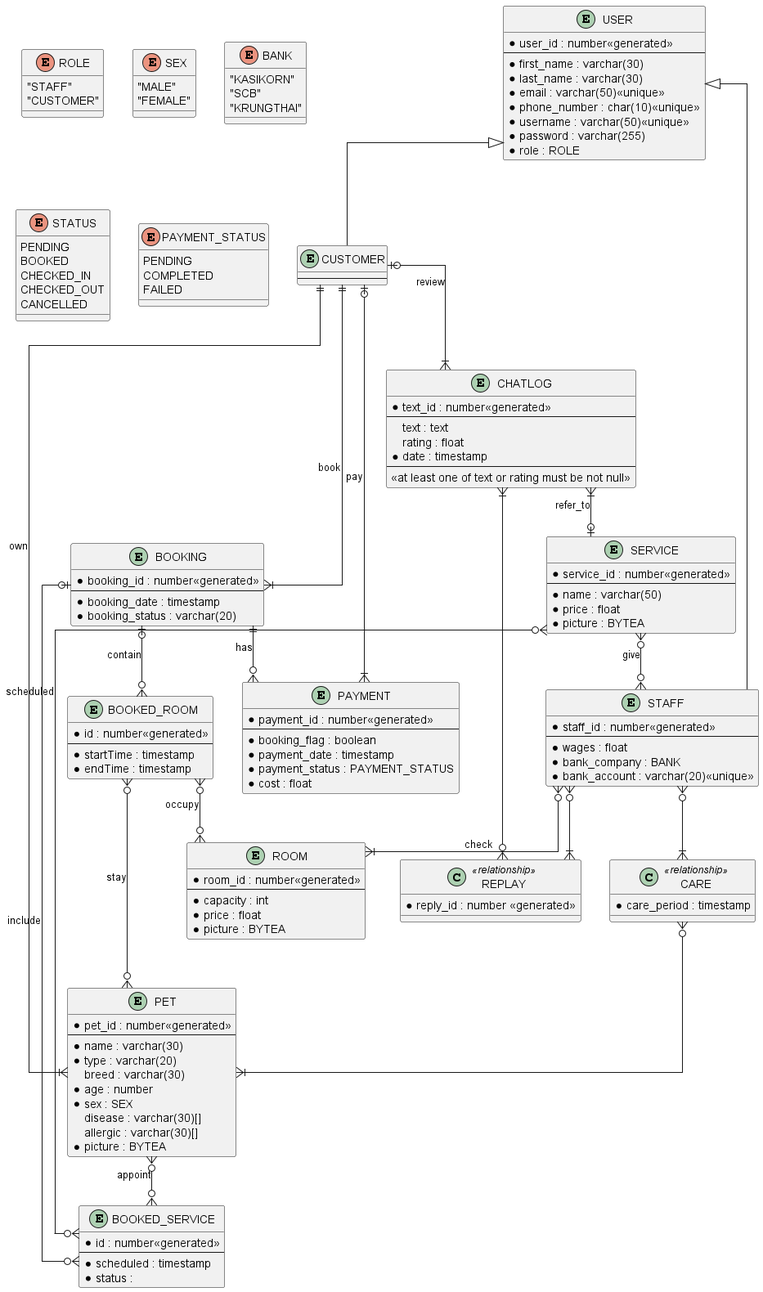
Before: out/uml/uml.png, a diagram exported from PlantUML (Pawradise-Inn/pawradise-inn).
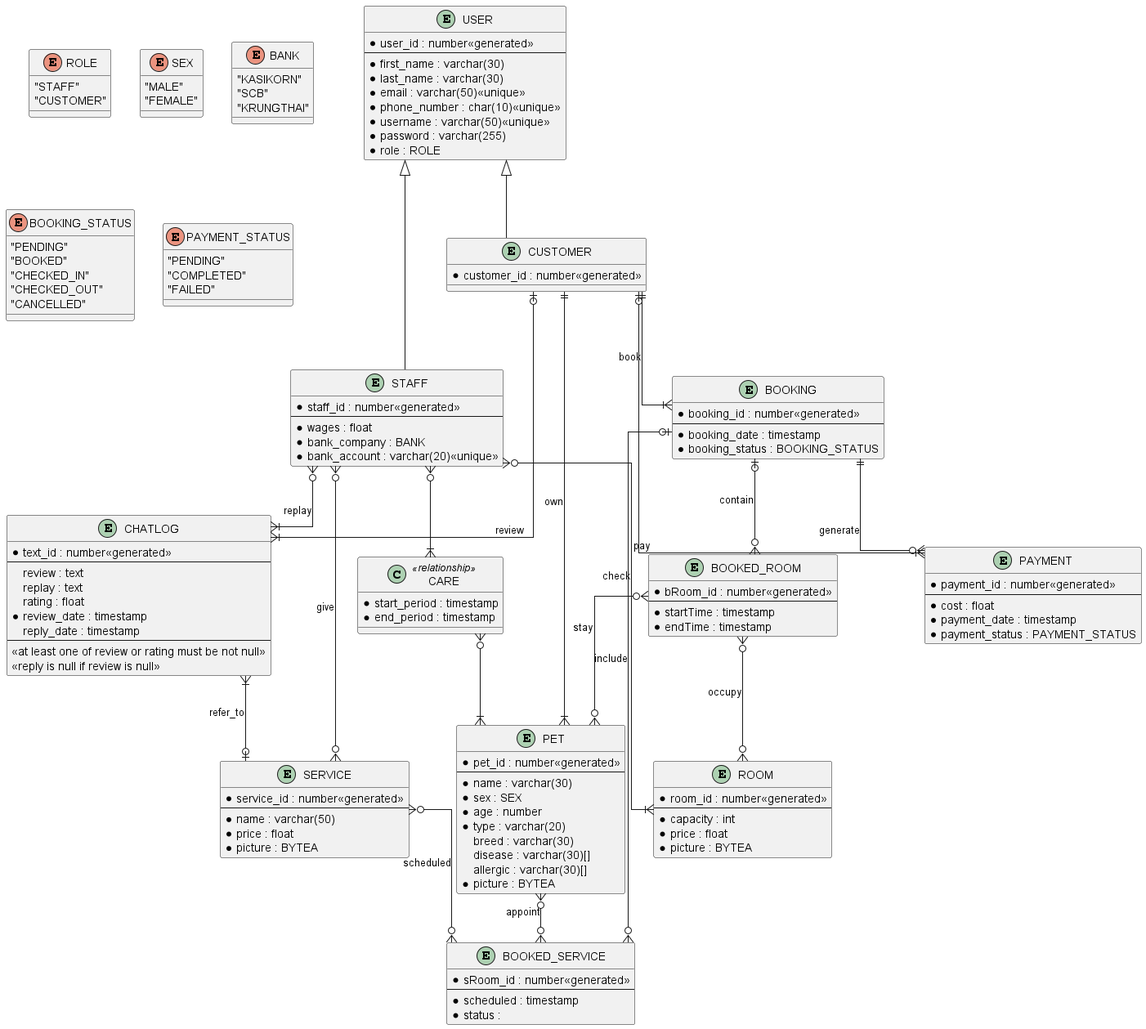
The same file after the commit.

Commit message:
database model v.1

Change to the diagram source:
```diff
@@ -12,10 +12,6 @@
     *role : ROLE
 }
 
-entity "CUSTOMER" as customer{
-    --
-}
-
 entity "STAFF" as staff{
     *staff_id : number<<generated>>
     --
@@ -24,14 +20,31 @@
     *bank_account : varchar(20)<<unique>>
 }
 
+entity "CUSTOMER" as customer{
+    *customer_id : number<<generated>>
+}
+
+entity "CHATLOG" as chatlog{
+    *text_id : number<<generated>>
+    --
+    review : text
+    replay : text
+    rating : float
+    *review_date : timestamp
+    reply_date : timestamp
+    --
+     <<at least one of review or rating must be not null>>
+     <<reply is null if review is null>>
+}
+
 entity "PET" as pet{
     *pet_id : number<<generated>>
     --
     *name : varchar(30)
+    *sex : SEX
+    *age : number
     *type : varchar(20)
     breed : varchar(30)
-    *age : number
-    *sex : SEX
     disease : varchar(30)[]
     allergic : varchar(30)[]
     *picture : BYTEA
@@ -45,6 +58,13 @@
     *picture : BYTEA
 }
 
+entity "BOOKED_ROOM" as stay{
+    *bRoom_id : number<<generated>>
+    --
+    *startTime : timestamp
+    *endTime : timestamp
+}
+
 entity "SERVICE" as service{
     *service_id : number<<generated>>
     --
@@ -53,55 +73,32 @@
     *picture : BYTEA
 }
 
-entity "CHATLOG" as chatlog{
-    *text_id : number<<generated>>
+entity "BOOKED_SERVICE" as queue{
+    *sRoom_id : number<<generated>>
     --
-    text : text
-    rating : float
-    *date : timestamp
-    --
-     <<at least one of text or rating must be not null>>
+    *scheduled : timestamp
+    *status :
 }
 
 entity "BOOKING" as booking{
     *booking_id : number<<generated>>
     --
     *booking_date : timestamp
-    *booking_status : varchar(20)
+    *booking_status : BOOKING_STATUS
 }
 
 entity "PAYMENT" as payment{
     *payment_id : number<<generated>>
     --
-    *booking_flag : boolean
+    *cost : float
     *payment_date : timestamp
     *payment_status : PAYMENT_STATUS
-    *cost : float
-}
-
-entity "BOOKED_SERVICE" as queue{
-    *id : number<<generated>>
-    --
-    *scheduled : timestamp
-    *status :
-}
-
-entity "BOOKED_ROOM" as stay{
-    *id : number<<generated>>
-    --
-    *startTime : timestamp
-    *endTime : timestamp
 }
 
 class CARE << relationship>> {
-    *care_period : timestamp
+    *start_period : timestamp
+    *end_period : timestamp
 }
-
-class REPLAY << relationship>> {
-    *reply_id : number <<generated>>
-}
-
-
 
 user <|-- customer
 user <|-- staff
@@ -115,18 +112,16 @@
 customer |o--|{payment : "pay"
 booking |o--o{ queue : "include"
 booking |o--o{ stay : "contain"
-booking ||--o{ payment : "has"
+booking ||--o{ payment : "generate"
 service }o--o{ queue : "scheduled"
 pet }o--o{  queue : "appoint"
 stay }o--o{ pet : "stay"
 stay }o--o{ room : "occupy"
+staff }o--|{ chatlog : "replay"
 
 
 staff }o--|{ CARE
 CARE }o--|{ pet
-
-staff }o--|{ REPLAY
-REPLAY }o--|{ chatlog
 
 enum "ROLE"{
     "STAFF"
@@ -144,17 +139,17 @@
     "KRUNGTHAI"
 }
 
-enum "STATUS"{
-    PENDING
-    BOOKED
-    CHECKED_IN
-    CHECKED_OUT
-    CANCELLED
+enum "BOOKING_STATUS"{
+    "PENDING"
+    "BOOKED"
+    "CHECKED_IN"
+    "CHECKED_OUT"
+    "CANCELLED"
 }
 
 enum "PAYMENT_STATUS"{
-    PENDING
-    COMPLETED
-    FAILED
+    "PENDING"
+    "COMPLETED"
+    "FAILED"
 }
 @enduml
```
